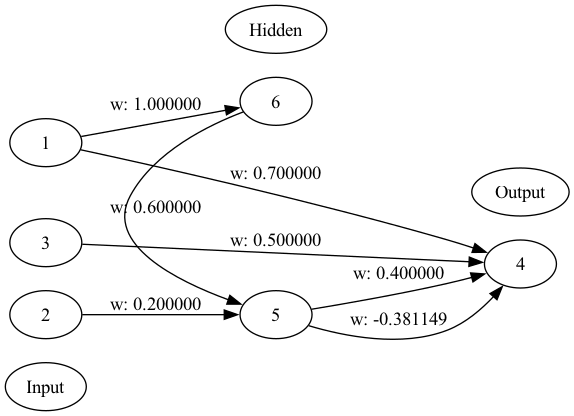
Above: genome_graph.png in malikAkurtz/TradingSystem (Graphviz), before the change. Its source is kept beside it as genome_graph.dot.
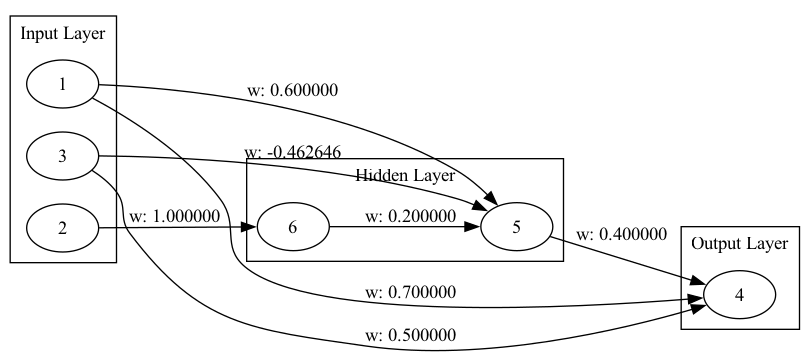
The same file after the commit.

Diff of the diagram source:
```diff
@@ -1,13 +1,25 @@
 digraph Genome {
   rankdir=LR;
-  {rank=same; Input; 1; 2; 3; }
-  {rank=same; Hidden; 5; 6; }
-  {rank=same; Output; 4; }
+  subgraph cluster_0 {
+    label="Input Layer";
+    1;
+    2;
+    3;
+  }
+  subgraph cluster_1 {
+    label="Hidden Layer";
+    5;
+    6;
+  }
+  subgraph cluster_2 {
+    label="Output Layer";
+    4;
+  }
   1 -> 4 [label="w: 0.700000"];
   3 -> 4 [label="w: 0.500000"];
-  2 -> 5 [label="w: 0.200000"];
   5 -> 4 [label="w: 0.400000"];
-  5 -> 4 [label="w: -0.381149"];
-  1 -> 6 [label="w: 1.000000"];
-  6 -> 5 [label="w: 0.600000"];
+  1 -> 5 [label="w: 0.600000"];
+  3 -> 5 [label="w: -0.462646"];
+  2 -> 6 [label="w: 1.000000"];
+  6 -> 5 [label="w: 0.200000"];
 }
```
